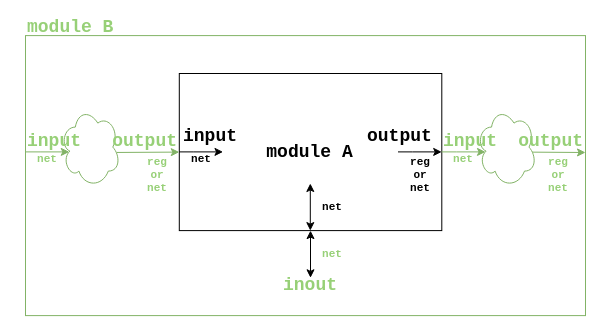
The draw.io diagram page "figure_5" (5 of 5) of assets/images/2021-12-19-chapter2_module_&_instantiation/시스템_반도체_설계_2장.drawio in ParkDongho/ParkDongho.github.io, before the edit. Source tidied: cells renumbered, new cells numbered last; positions are measured from the earlier drawing's top-left corner, leaving out a move shared by most shapes. Both pictures are drawn from the tidied source at 100%, with x=0, y=0 at pixel (25, 19).
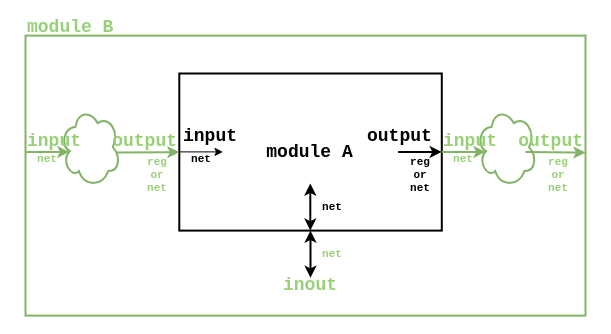
Above is the later version.

Diff of the diagram source:
```diff
@@
-    <mxCell id="3" style="rounded=0;whiteSpace=wrap;html=1;fontFamily=Courier New;fontSize=22;fillColor=none;strokeColor=#82b366;" parent="1" vertex="1">
+    <mxCell id="3" style="rounded=0;whiteSpace=wrap;html=1;fontFamily=Courier New;fontSize=22;fillColor=none;strokeColor=#82b366;strokeWidth=2;" parent="1" vertex="1">
       <mxGeometry y="16.1" width="560" height="280" as="geometry" />
     </mxCell>
-    <mxCell id="4" style="rounded=0;whiteSpace=wrap;html=1;fontFamily=Courier New;fontSize=22;" parent="1" vertex="1">
+    <mxCell id="4" style="rounded=0;whiteSpace=wrap;html=1;fontFamily=Courier New;fontSize=22;fillColor=default;strokeWidth=2;" parent="1" vertex="1">
       <mxGeometry x="153.8" y="54" width="262.5" height="157.1" as="geometry" />
     </mxCell>
-    <mxCell id="5" style="endArrow=classic;html=1;rounded=0;fontFamily=Courier New;fontSize=11;exitX=0.937;exitY=0.567;exitDx=0;exitDy=0;exitPerimeter=0;fontColor=#97D077;fillColor=#d5e8d4;strokeColor=#82b366;" parent="1" edge="1" source="26">
+    <mxCell id="5" style="endArrow=classic;html=1;rounded=0;fontFamily=Courier New;fontSize=11;exitX=0.937;exitY=0.567;exitDx=0;exitDy=0;exitPerimeter=0;fontColor=#97D077;fillColor=#d5e8d4;strokeColor=#82b366;strokeWidth=2;" parent="1" edge="1" source="26">
       <mxGeometry relative="1" as="geometry">
         <mxPoint x="153.8" y="132.6" as="targetPoint" />
       </mxGeometry>
     </mxCell>
@@
-    <mxCell id="7" style="endArrow=classic;html=1;rounded=0;fontFamily=Courier New;fontSize=11;" parent="1" edge="1">
+    <mxCell id="7" style="endArrow=classic;html=1;rounded=0;fontFamily=Courier New;fontSize=11;strokeWidth=2;" parent="1" edge="1">
       <mxGeometry relative="1" as="geometry">
         <mxPoint x="372.5" y="132.4" as="sourcePoint" />
         <mxPoint x="416.2" y="132.4" as="targetPoint" />
         <Array as="points">
           <mxPoint x="387.1" y="132.4" />
         </Array>
       </mxGeometry>
     </mxCell>
-    <mxCell id="8" style="endArrow=classic;startArrow=classic;html=1;rounded=0;fontFamily=Courier New;fontSize=11;" parent="1" edge="1">
+    <mxCell id="8" style="endArrow=classic;startArrow=classic;html=1;rounded=0;fontFamily=Courier New;fontSize=11;strokeWidth=2;" parent="1" edge="1">
       <mxGeometry relative="1" as="geometry">
         <mxPoint x="285" y="258.3" as="sourcePoint" />
         <mxPoint x="285" y="211.1" as="targetPoint" />
       </mxGeometry>
     </mxCell>
-    <mxCell id="9" style="endArrow=classic;startArrow=classic;html=1;rounded=0;fontFamily=Courier New;fontSize=11;" parent="1" edge="1">
+    <mxCell id="9" style="endArrow=classic;startArrow=classic;html=1;rounded=0;fontFamily=Courier New;fontSize=11;strokeWidth=2;" parent="1" edge="1">
       <mxGeometry relative="1" as="geometry">
         <mxPoint x="284.8" y="211.1" as="sourcePoint" />
         <mxPoint x="284.8" y="164" as="targetPoint" />
       </mxGeometry>
     </mxCell>
@@
-    <mxCell id="19" style="endArrow=classic;html=1;rounded=0;fontFamily=Courier New;fontSize=11;fontColor=#97D077;fillColor=#d5e8d4;strokeColor=#82b366;" parent="1" edge="1">
+    <mxCell id="19" style="endArrow=classic;html=1;rounded=0;fontFamily=Courier New;fontSize=11;fontColor=#97D077;fillColor=#d5e8d4;strokeColor=#82b366;strokeWidth=2;" parent="1" edge="1">
       <mxGeometry relative="1" as="geometry">
         <mxPoint x="500" y="132.6" as="sourcePoint" />
         <mxPoint x="560" y="133" as="targetPoint" />
       </mxGeometry>
     </mxCell>
@@
-    <mxCell id="21" style="ellipse;shape=cloud;whiteSpace=wrap;html=1;fontFamily=Courier New;fontSize=18;fillColor=default;strokeColor=#82b366;" parent="1" vertex="1">
+    <mxCell id="21" style="ellipse;shape=cloud;whiteSpace=wrap;html=1;fontFamily=Courier New;fontSize=18;fillColor=none;strokeColor=#82b366;strokeWidth=2;" parent="1" vertex="1">
       <mxGeometry x="451" y="87.6" width="60" height="80" as="geometry" />
     </mxCell>
@@
-    <mxCell id="23" style="endArrow=classic;html=1;rounded=0;fontFamily=Courier New;fontSize=11;fontColor=#97D077;fillColor=#d5e8d4;strokeColor=#82b366;" parent="1" edge="1">
+    <mxCell id="23" style="endArrow=classic;html=1;rounded=0;fontFamily=Courier New;fontSize=11;fontColor=#97D077;fillColor=#d5e8d4;strokeColor=#82b366;strokeWidth=2;" parent="1" edge="1">
       <mxGeometry relative="1" as="geometry">
         <mxPoint x="416.2" y="132.4" as="sourcePoint" />
         <mxPoint x="460" y="132.4" as="targetPoint" />
         <Array as="points">
           <mxPoint x="430.8" y="132.4" />
         </Array>
       </mxGeometry>
     </mxCell>
@@
-    <mxCell id="26" style="ellipse;shape=cloud;whiteSpace=wrap;html=1;fontFamily=Courier New;fontSize=18;fillColor=default;strokeColor=#82b366;" parent="1" vertex="1">
+    <mxCell id="26" style="ellipse;shape=cloud;whiteSpace=wrap;html=1;fontFamily=Courier New;fontSize=18;fillColor=none;strokeColor=#82b366;strokeWidth=2;" parent="1" vertex="1">
       <mxGeometry x="34.8" y="87.6" width="60" height="80" as="geometry" />
     </mxCell>
-    <mxCell id="27" style="endArrow=classic;html=1;rounded=0;fontFamily=Courier New;fontSize=11;fontColor=#97D077;fillColor=#d5e8d4;strokeColor=#82b366;" parent="1" edge="1">
+    <mxCell id="27" style="endArrow=classic;html=1;rounded=0;fontFamily=Courier New;fontSize=11;fontColor=#97D077;fillColor=#d5e8d4;strokeColor=#82b366;strokeWidth=2;" parent="1" edge="1">
       <mxGeometry relative="1" as="geometry">
         <mxPoint y="132.4" as="sourcePoint" />
         <mxPoint x="43.8" y="132.4" as="targetPoint" />
         <Array as="points">
           <mxPoint x="14.6" y="132.4" />
         </Array>
       </mxGeometry>
     </mxCell>
```
